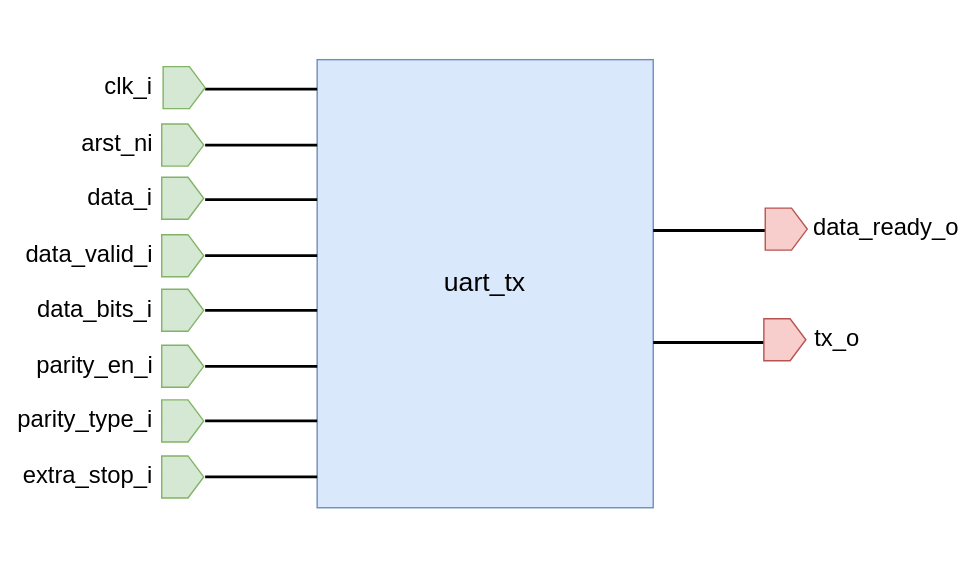
Before: document/uart_tx_top.drawio.svg, a diagram exported from draw.io (ADN-VLSI/SC-SoC). Source tidied: cells renumbered, new cells last; positions are measured from the earlier drawing's top-left corner, leaving out a move shared by most shapes.
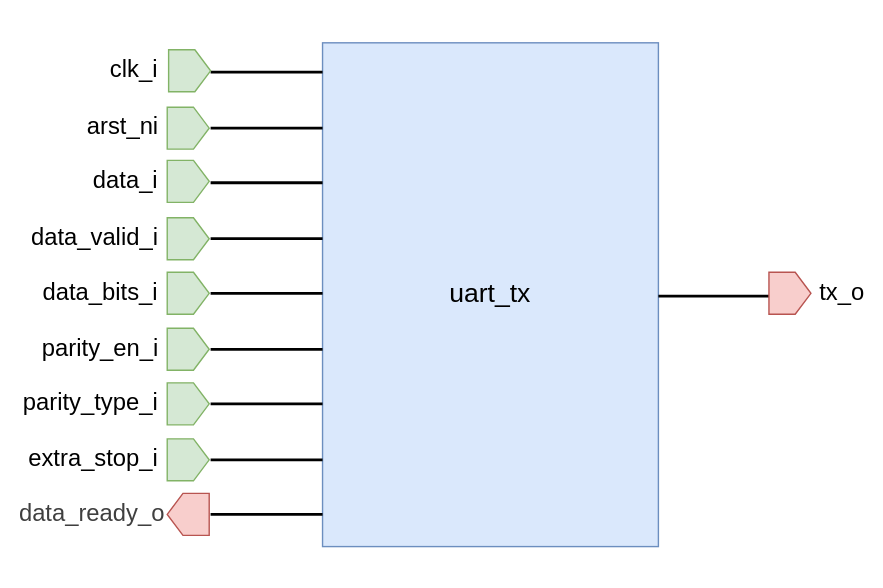
The same file after the commit.

What changed in the source:
```diff
@@ -2,11 +2,11 @@
   <root>
     <mxCell id="0" />
     <mxCell id="1" parent="0" />
-    <mxCell id="2" style="whiteSpace=wrap;html=1;strokeColor=none;" parent="1" vertex="1">
-      <mxGeometry width="688" height="404" as="geometry" />
-    </mxCell>
+    <mxCell id="35" style="whiteSpace=wrap;html=1;strokeColor=none;" parent="1" vertex="1">
+      <mxGeometry x="-4" y="12" width="630" height="420" as="geometry" />
+    </mxCell>
     <mxCell id="3" value="&lt;font style=&quot;font-size: 19px;&quot;&gt;uart_tx&lt;/font&gt;" style="whiteSpace=wrap;html=1;fillColor=#dae8fc;strokeColor=#6c8ebf;" parent="1" vertex="1">
-      <mxGeometry x="226" y="42" width="240" height="320" as="geometry" />
+      <mxGeometry x="226" y="42" width="240" height="360" as="geometry" />
     </mxCell>
     <mxCell id="4" style="line;strokeWidth=2;html=1;" parent="1" vertex="1">
       <mxGeometry x="146" y="58" width="80" height="10" as="geometry" />
@@ -35,6 +35,9 @@
     <mxCell id="12" style="line;strokeWidth=2;html=1;" parent="8" vertex="1">
       <mxGeometry y="119" width="80" height="10" as="geometry" />
     </mxCell>
+    <mxCell id="36" style="line;strokeWidth=2;html=1;" parent="8" vertex="1">
+      <mxGeometry y="158" width="80" height="10" as="geometry" />
+    </mxCell>
     <mxCell id="13" style="shape=offPageConnector;whiteSpace=wrap;html=1;rotation=-90;fillColor=#d5e8d4;strokeColor=#82b366;" parent="1" vertex="1">
       <mxGeometry x="116" y="47" width="30" height="30" as="geometry" />
     </mxCell>
@@ -59,18 +62,6 @@
     <mxCell id="20" style="shape=offPageConnector;whiteSpace=wrap;html=1;rotation=-90;fillColor=#d5e8d4;strokeColor=#82b366;" parent="1" vertex="1">
       <mxGeometry x="115" y="325" width="30" height="30" as="geometry" />
     </mxCell>
-    <mxCell id="21" style="line;strokeWidth=2;html=1;rotation=-360;" parent="1" vertex="1">
-      <mxGeometry x="466" y="239" width="80" height="10" as="geometry" />
-    </mxCell>
-    <mxCell id="22" style="line;strokeWidth=2;html=1;rotation=-180;" parent="1" vertex="1">
-      <mxGeometry x="466" y="159" width="80" height="10" as="geometry" />
-    </mxCell>
-    <mxCell id="23" style="shape=offPageConnector;whiteSpace=wrap;html=1;rotation=-450;fillColor=#f8cecc;strokeColor=#b85450;" parent="1" vertex="1">
-      <mxGeometry x="546" y="148" width="30" height="30" as="geometry" />
-    </mxCell>
-    <mxCell id="24" style="shape=offPageConnector;whiteSpace=wrap;html=1;rotation=-450;fillColor=#f8cecc;strokeColor=#b85450;" parent="1" vertex="1">
-      <mxGeometry x="545" y="227" width="30" height="30" as="geometry" />
-    </mxCell>
     <mxCell id="25" value="&lt;font style=&quot;font-size: 17px;&quot;&gt;clk_i&lt;/font&gt;" style="text;html=1;align=center;verticalAlign=middle;strokeColor=none;fillColor=none;" parent="1" vertex="1">
       <mxGeometry x="61" y="47" width="60" height="30" as="geometry" />
     </mxCell>
@@ -95,11 +86,23 @@
     <mxCell id="32" value="&lt;span style=&quot;font-size: 17px;&quot;&gt;parity_type_i&lt;/span&gt;" style="text;html=1;align=center;verticalAlign=middle;strokeColor=none;fillColor=none;" parent="1" vertex="1">
       <mxGeometry y="285" width="120" height="30" as="geometry" />
     </mxCell>
+    <mxCell id="37" style="shape=offPageConnector;whiteSpace=wrap;html=1;rotation=-90;fillColor=#f8cecc;strokeColor=#b85450;direction=west;" parent="1" vertex="1">
+      <mxGeometry x="115" y="364" width="30" height="30" as="geometry" />
+    </mxCell>
+    <mxCell id="34" value="&lt;span style=&quot;color: rgb(63, 63, 63); font-size: 17px;&quot;&gt;data_ready_o&lt;/span&gt;" style="text;html=1;align=center;verticalAlign=middle;strokeColor=none;fillColor=none;" parent="1" vertex="1">
+      <mxGeometry x="-4" y="364" width="130" height="30" as="geometry" />
+    </mxCell>
+    <mxCell id="38" style="group;" parent="1" vertex="1">
+      <mxGeometry x="466" y="206" width="161" height="30" as="geometry" />
+    </mxCell>
+    <mxCell id="21" style="line;strokeWidth=2;html=1;rotation=-360;" parent="38" vertex="1">
+      <mxGeometry y="12" width="80" height="10" as="geometry" />
+    </mxCell>
+    <mxCell id="24" style="shape=offPageConnector;whiteSpace=wrap;html=1;rotation=-450;fillColor=#f8cecc;strokeColor=#b85450;" parent="38" vertex="1">
+      <mxGeometry x="79" width="30" height="30" as="geometry" />
+    </mxCell>
-    <mxCell id="33" value="&lt;span style=&quot;font-size: 17px;&quot;&gt;tx_o&lt;/span&gt;" style="text;html=1;align=center;verticalAlign=middle;strokeColor=none;fillColor=none;" parent="1" vertex="1">
-      <mxGeometry x="567" y="227" width="60" height="30" as="geometry" />
+    <mxCell id="33" value="&lt;span style=&quot;font-size: 17px;&quot;&gt;tx_o&lt;/span&gt;" style="text;html=1;align=center;verticalAlign=middle;strokeColor=none;fillColor=none;" parent="38" vertex="1">
+      <mxGeometry x="101" width="60" height="30" as="geometry" />
     </mxCell>
-    <mxCell id="34" value="&lt;span style=&quot;font-size: 17px;&quot;&gt;data_ready_o&lt;/span&gt;" style="text;html=1;align=center;verticalAlign=middle;strokeColor=none;fillColor=none;" parent="1" vertex="1">
-      <mxGeometry x="567" y="148" width="130" height="30" as="geometry" />
-    </mxCell>
   </root>
 </mxGraphModel>
```
